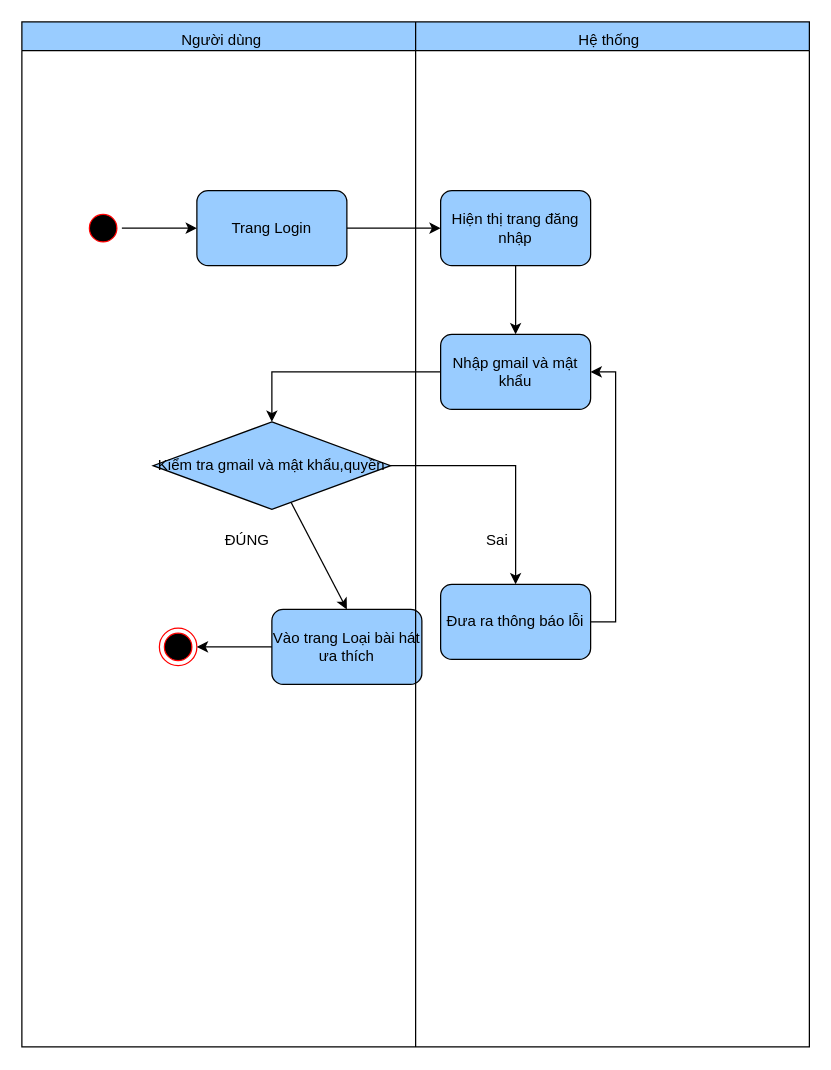
anhduy7723/api_auth keeps this draw.io diagram as page "Activity Đăng nhập" (3 of 33) of Biểu đồ không có tiêu đề.drawio. Above is the earlier version. Source tidied: cells renumbered, new cells numbered last; positions are measured from the earlier drawing's top-left corner, leaving out a move shared by most shapes. Both pictures are drawn from the tidied source at 125%, with x=0, y=0 at pixel (21, 21).
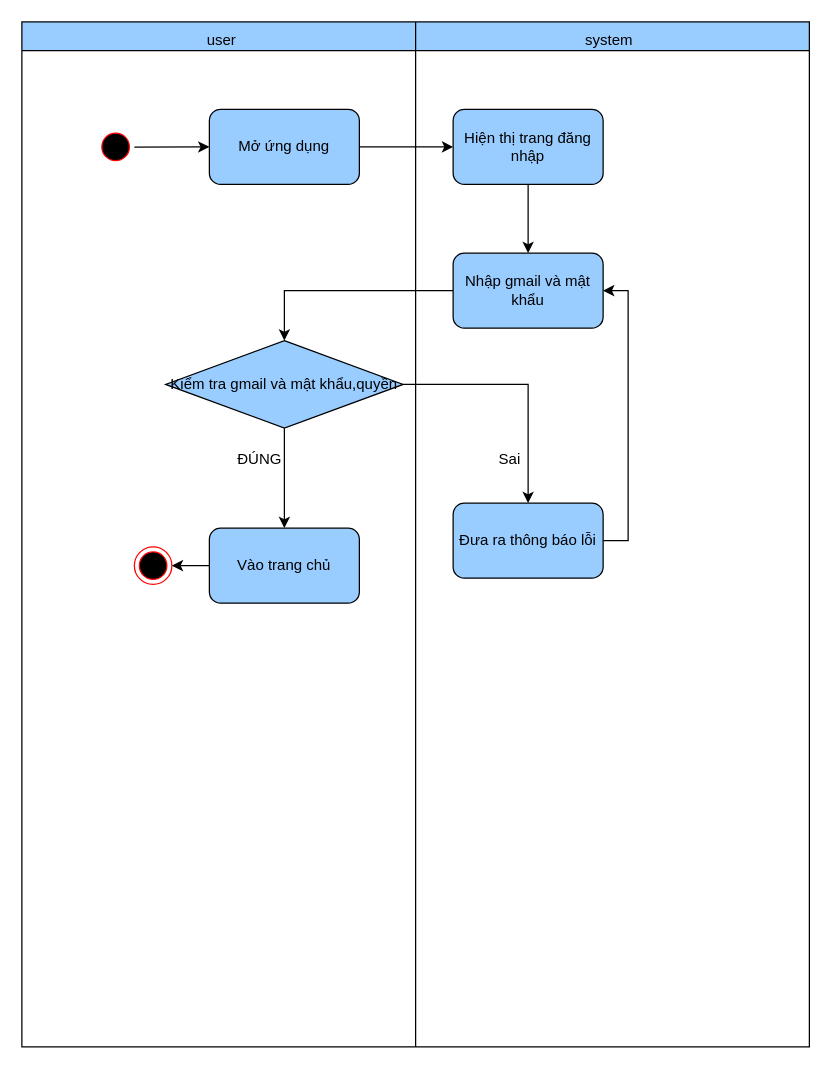
The same diagram, later.

What changed in the source:
```diff
@@
+    <mxCell id="17" style="swimlane;startSize=23;fillColor=#99CCFF;" parent="1" vertex="1">
+      <mxGeometry width="630" height="820" as="geometry" />
+    </mxCell>
+    <mxCell id="18" value="user" style="text;html=1;align=center;verticalAlign=middle;whiteSpace=wrap;rounded=0;" parent="17" vertex="1">
+      <mxGeometry x="120" width="80" height="30" as="geometry" />
+    </mxCell>
+    <mxCell id="19" value="system" style="text;html=1;align=center;verticalAlign=middle;whiteSpace=wrap;rounded=0;" parent="17" vertex="1">
+      <mxGeometry x="440" width="60" height="30" as="geometry" />
+    </mxCell>
-    <mxCell id="2" style="edgeStyle=none;rounded=0;jettySize=auto;html=1;entryX=0;entryY=0.5;entryDx=0;entryDy=0;" parent="1" edge="1" source="15" target="4">
+    <mxCell id="2" style="edgeStyle=none;rounded=0;jettySize=auto;html=1;entryX=0;entryY=0.5;entryDx=0;entryDy=0;" parent="17" edge="1" source="15" target="4">
       <mxGeometry relative="1" as="geometry" />
     </mxCell>
-    <mxCell id="3" style="edgeStyle=none;rounded=0;jettySize=auto;html=1;" parent="1" edge="1" source="4" target="5">
+    <mxCell id="3" style="edgeStyle=none;rounded=0;jettySize=auto;html=1;" parent="17" edge="1" source="4" target="5">
       <mxGeometry relative="1" as="geometry" />
     </mxCell>
-    <mxCell id="4" value="Trang Login" style="rounded=1;whiteSpace=wrap;html=1;fillColor=#99CCFF;" parent="1" vertex="1">
-      <mxGeometry x="140" y="135" width="120" height="60" as="geometry" />
+    <mxCell id="4" value="Mở ứng dụng" style="rounded=1;whiteSpace=wrap;html=1;fillColor=#99CCFF;" parent="17" vertex="1">
+      <mxGeometry x="150" y="70" width="120" height="60" as="geometry" />
     </mxCell>
-    <mxCell id="5" value="Hiện thị trang đăng nhập" style="rounded=1;whiteSpace=wrap;html=1;fillColor=#99CCFF;" parent="1" vertex="1">
-      <mxGeometry x="335" y="135" width="120" height="60" as="geometry" />
+    <mxCell id="5" value="Hiện thị trang đăng nhập" style="rounded=1;whiteSpace=wrap;html=1;fillColor=#99CCFF;" parent="17" vertex="1">
+      <mxGeometry x="345" y="70" width="120" height="60" as="geometry" />
     </mxCell>
-    <mxCell id="6" style="edgeStyle=orthogonalEdgeStyle;rounded=0;jettySize=auto;html=1;entryX=0.5;entryY=0;entryDx=0;entryDy=0;" parent="1" edge="1" source="7" target="11">
+    <mxCell id="6" style="edgeStyle=orthogonalEdgeStyle;rounded=0;jettySize=auto;html=1;entryX=0.5;entryY=0;entryDx=0;entryDy=0;" parent="17" edge="1" source="7" target="11">
       <mxGeometry relative="1" as="geometry">
         <Array as="points">
-          <mxPoint x="200" y="280" />
+          <mxPoint x="210" y="215" />
         </Array>
       </mxGeometry>
     </mxCell>
-    <mxCell id="7" value="Nhập gmail và mật khẩu" style="rounded=1;whiteSpace=wrap;html=1;fillColor=#99CCFF;" parent="1" vertex="1">
-      <mxGeometry x="335" y="250" width="120" height="60" as="geometry" />
+    <mxCell id="7" value="Nhập gmail và mật khẩu" style="rounded=1;whiteSpace=wrap;html=1;fillColor=#99CCFF;" parent="17" vertex="1">
+      <mxGeometry x="345" y="185" width="120" height="60" as="geometry" />
     </mxCell>
-    <mxCell id="8" style="edgeStyle=orthogonalEdgeStyle;rounded=0;jettySize=auto;html=1;exitX=0.5;exitY=1;exitDx=0;exitDy=0;entryX=0.5;entryY=0;entryDx=0;entryDy=0;" parent="1" edge="1" source="5" target="7">
+    <mxCell id="8" style="edgeStyle=orthogonalEdgeStyle;rounded=0;jettySize=auto;html=1;exitX=0.5;exitY=1;exitDx=0;exitDy=0;entryX=0.5;entryY=0;entryDx=0;entryDy=0;" parent="17" edge="1" source="5" target="7">
       <mxGeometry relative="1" as="geometry" />
     </mxCell>
-    <mxCell id="9" style="edgeStyle=none;rounded=0;jettySize=auto;html=1;exitX=1;exitY=0.5;exitDx=0;exitDy=0;" parent="1" edge="1" source="11" target="13">
+    <mxCell id="9" style="edgeStyle=none;rounded=0;jettySize=auto;html=1;exitX=1;exitY=0.5;exitDx=0;exitDy=0;" parent="17" edge="1" source="11" target="13">
       <mxGeometry relative="1" as="geometry">
         <Array as="points">
-          <mxPoint x="395" y="355" />
+          <mxPoint x="405" y="290" />
         </Array>
       </mxGeometry>
     </mxCell>
-    <mxCell id="10" style="edgeStyle=none;rounded=0;jettySize=auto;html=1;entryX=0.5;entryY=0;entryDx=0;entryDy=0;" parent="1" edge="1" source="11" target="20">
+    <mxCell id="10" style="edgeStyle=none;rounded=0;jettySize=auto;html=1;entryX=0.5;entryY=0;entryDx=0;entryDy=0;" parent="17" edge="1" source="11" target="20">
       <mxGeometry relative="1" as="geometry" />
     </mxCell>
-    <mxCell id="11" value="Kiểm tra gmail và mật khẩu,quyền" style="rhombus;whiteSpace=wrap;html=1;fillColor=#99CCFF;" parent="1" vertex="1">
-      <mxGeometry x="105" y="320" width="190" height="70" as="geometry" />
+    <mxCell id="11" value="Kiểm tra gmail và mật khẩu,quyền" style="rhombus;whiteSpace=wrap;html=1;fillColor=#99CCFF;" parent="17" vertex="1">
+      <mxGeometry x="115" y="255" width="190" height="70" as="geometry" />
     </mxCell>
-    <mxCell id="12" style="edgeStyle=orthogonalEdgeStyle;rounded=0;jettySize=auto;html=1;entryX=1;entryY=0.5;entryDx=0;entryDy=0;exitX=1;exitY=0.5;exitDx=0;exitDy=0;" parent="1" edge="1" source="13" target="7">
+    <mxCell id="12" style="edgeStyle=orthogonalEdgeStyle;rounded=0;jettySize=auto;html=1;entryX=1;entryY=0.5;entryDx=0;entryDy=0;exitX=1;exitY=0.5;exitDx=0;exitDy=0;" parent="17" edge="1" source="13" target="7">
       <mxGeometry relative="1" as="geometry" />
     </mxCell>
-    <mxCell id="13" value="Đưa ra thông báo lỗi" style="rounded=1;whiteSpace=wrap;html=1;fillColor=#99CCFF;" parent="1" vertex="1">
-      <mxGeometry x="335" y="450" width="120" height="60" as="geometry" />
+    <mxCell id="13" value="Đưa ra thông báo lỗi" style="rounded=1;whiteSpace=wrap;html=1;fillColor=#99CCFF;" parent="17" vertex="1">
+      <mxGeometry x="345" y="385" width="120" height="60" as="geometry" />
     </mxCell>
-    <mxCell id="14" value="Sai" style="text;html=1;align=center;verticalAlign=middle;strokeColor=none;fillColor=none;" parent="1" vertex="1">
-      <mxGeometry x="360" y="400" width="40" height="30" as="geometry" />
+    <mxCell id="14" value="Sai" style="text;html=1;align=center;verticalAlign=middle;strokeColor=none;fillColor=none;" parent="17" vertex="1">
+      <mxGeometry x="370" y="335" width="40" height="30" as="geometry" />
     </mxCell>
-    <mxCell id="15" style="ellipse;html=1;shape=startState;fillColor=#000000;strokeColor=#ff0000;" parent="1" vertex="1">
-      <mxGeometry x="50" y="150" width="30" height="30" as="geometry" />
+    <mxCell id="15" style="ellipse;html=1;shape=startState;fillColor=#000000;strokeColor=#ff0000;" parent="17" vertex="1">
+      <mxGeometry x="60" y="85" width="30" height="30" as="geometry" />
     </mxCell>
-    <mxCell id="16" value="ĐÚNG" style="text;html=1;align=center;verticalAlign=middle;strokeColor=none;fillColor=none;" parent="1" vertex="1">
-      <mxGeometry x="150" y="400" width="60" height="30" as="geometry" />
+    <mxCell id="16" value="ĐÚNG" style="text;html=1;align=center;verticalAlign=middle;strokeColor=none;fillColor=none;" parent="17" vertex="1">
+      <mxGeometry x="160" y="335" width="60" height="30" as="geometry" />
     </mxCell>
-    <mxCell id="17" style="swimlane;startSize=23;fillColor=#99CCFF;" parent="1" vertex="1">
-      <mxGeometry width="630" height="820" as="geometry" />
-    </mxCell>
-    <mxCell id="18" value="Người dùng" style="text;html=1;align=center;verticalAlign=middle;whiteSpace=wrap;rounded=0;" parent="17" vertex="1">
-      <mxGeometry x="120" width="80" height="30" as="geometry" />
-    </mxCell>
-    <mxCell id="19" value="Hệ thống" style="text;html=1;align=center;verticalAlign=middle;whiteSpace=wrap;rounded=0;" parent="17" vertex="1">
-      <mxGeometry x="440" width="60" height="30" as="geometry" />
-    </mxCell>
-    <mxCell id="20" value="Vào trang Loại bài hát ưa thích" style="rounded=1;whiteSpace=wrap;html=1;gradientColor=none;fillColor=#99CCFF;" parent="17" vertex="1">
-      <mxGeometry x="200" y="470" width="120" height="60" as="geometry" />
+    <mxCell id="20" value="Vào trang chủ" style="rounded=1;whiteSpace=wrap;html=1;gradientColor=none;fillColor=#99CCFF;" parent="17" vertex="1">
+      <mxGeometry x="150" y="405" width="120" height="60" as="geometry" />
     </mxCell>
     <mxCell id="21" style="ellipse;html=1;shape=endState;fillColor=#000000;strokeColor=#ff0000;" parent="17" vertex="1">
-      <mxGeometry x="110" y="485" width="30" height="30" as="geometry" />
+      <mxGeometry x="90" y="420" width="30" height="30" as="geometry" />
     </mxCell>
@@
+    <mxCell id="24" style="edgeStyle=none;rounded=0;jettySize=auto;html=1;entryX=0;entryY=0.5;entryDx=0;entryDy=0;" parent="17" edge="1" target="15">
+      <mxGeometry relative="1" as="geometry">
+        <mxPoint x="60" y="100" as="sourcePoint" />
+      </mxGeometry>
+    </mxCell>
@@
-    <mxCell id="24" style="edgeStyle=none;rounded=0;jettySize=auto;html=1;entryX=0;entryY=0.5;entryDx=0;entryDy=0;" parent="1" edge="1" target="15">
-      <mxGeometry relative="1" as="geometry">
-        <mxPoint x="50" y="165" as="sourcePoint" />
-      </mxGeometry>
-    </mxCell>
```
